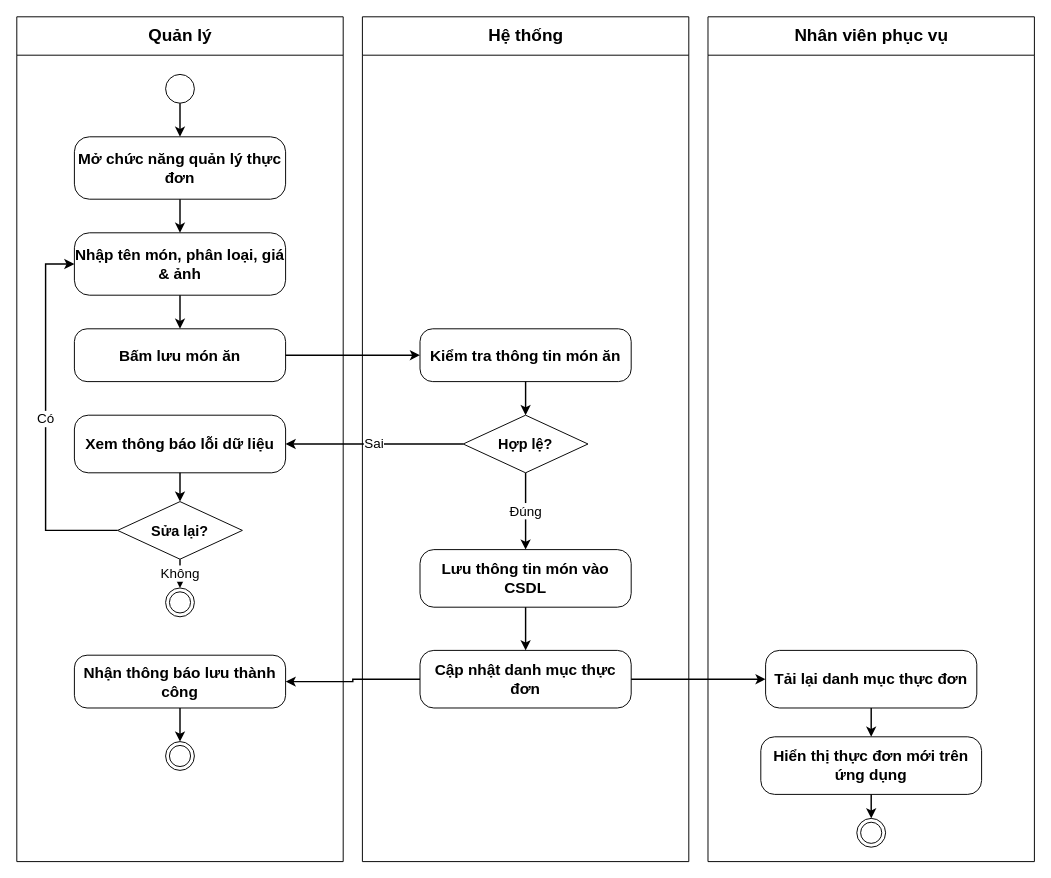
Earlier version of the draw.io diagram docs/phase1/drawio/ad11_menu_management.drawio (AndrewQng/VinDining). Source tidied: cells renumbered, new cells numbered last; positions are measured from the earlier drawing's top-left corner, leaving out a move shared by most shapes. Both pictures are drawn from the tidied source at 96%, with x=0, y=0 at pixel (16, 16).
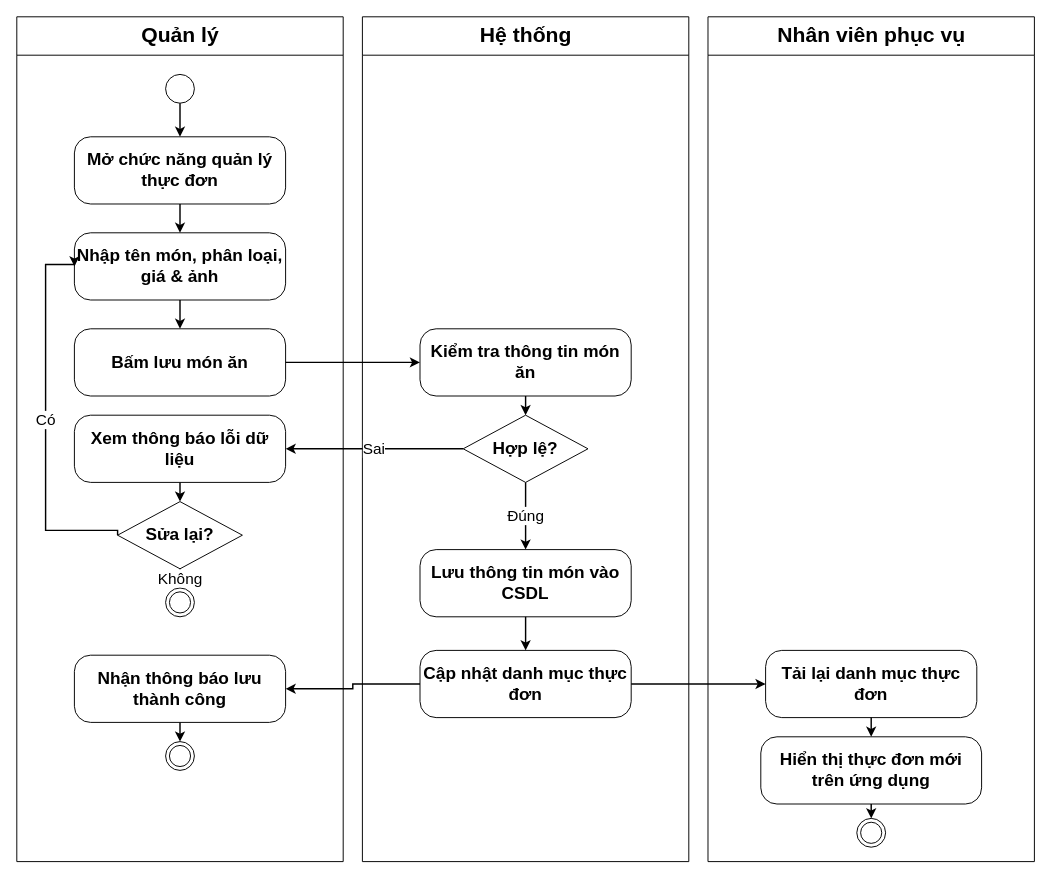
The same diagram, later.

Unchanged cells that the change refers to:
```xml
<mxCell id="9" style="ellipse;html=1;shape=endState;" parent="2" vertex="1">
  <mxGeometry x="155" y="595" width="30" height="30" as="geometry" />
</mxCell>
```

Diff of the diagram source:
```diff
@@
-    <mxCell id="2" value="Quản lý" style="swimlane;html=1;startSize=40;horizontal=1;fontStyle=1;fontSize=18;align=center;verticalAlign=middle;swimlaneLine=1;" parent="1" vertex="1">
+    <mxCell id="2" value="Quản lý" style="swimlane;html=1;startSize=40;horizontal=1;fontStyle=1;fontSize=22;align=center;verticalAlign=middle;swimlaneLine=1;" parent="1" vertex="1">
       <mxGeometry width="340" height="880" as="geometry" />
     </mxCell>
@@
-    <mxCell id="4" value="Mở chức năng quản lý thực đơn" style="rounded=1;arcSize=24;whiteSpace=wrap;html=1;fontStyle=1;fontSize=16;align=center;verticalAlign=middle;" parent="2" vertex="1">
-      <mxGeometry x="60" y="125" width="220" height="65" as="geometry" />
+    <mxCell id="4" value="Mở chức năng quản lý thực đơn" style="rounded=1;arcSize=24;whiteSpace=wrap;html=1;fontStyle=1;fontSize=18;align=center;verticalAlign=middle;" parent="2" vertex="1">
+      <mxGeometry x="60" y="125" width="220" height="70" as="geometry" />
     </mxCell>
-    <mxCell id="5" value="Nhập tên món, phân loại, giá &amp;amp; ảnh" style="rounded=1;arcSize=24;whiteSpace=wrap;html=1;fontStyle=1;fontSize=16;align=center;verticalAlign=middle;" parent="2" vertex="1">
-      <mxGeometry x="60" y="225" width="220" height="65" as="geometry" />
+    <mxCell id="5" value="Nhập tên món, phân loại, giá &amp;amp; ảnh" style="rounded=1;arcSize=24;whiteSpace=wrap;html=1;fontStyle=1;fontSize=18;align=center;verticalAlign=middle;" parent="2" vertex="1">
+      <mxGeometry x="60" y="225" width="220" height="70" as="geometry" />
     </mxCell>
-    <mxCell id="6" value="Bấm lưu món ăn" style="rounded=1;arcSize=24;whiteSpace=wrap;html=1;fontStyle=1;fontSize=16;align=center;verticalAlign=middle;" parent="2" vertex="1">
-      <mxGeometry x="60" y="325" width="220" height="55" as="geometry" />
+    <mxCell id="6" value="Bấm lưu món ăn" style="rounded=1;arcSize=24;whiteSpace=wrap;html=1;fontStyle=1;fontSize=18;align=center;verticalAlign=middle;" parent="2" vertex="1">
+      <mxGeometry x="60" y="325" width="220" height="70" as="geometry" />
     </mxCell>
-    <mxCell id="7" value="Xem thông báo lỗi dữ liệu" style="rounded=1;arcSize=24;whiteSpace=wrap;html=1;fontStyle=1;fontSize=16;align=center;verticalAlign=middle;" parent="2" vertex="1">
-      <mxGeometry x="60" y="415" width="220" height="60" as="geometry" />
+    <mxCell id="7" value="Xem thông báo lỗi dữ liệu" style="rounded=1;arcSize=24;whiteSpace=wrap;html=1;fontStyle=1;fontSize=18;align=center;verticalAlign=middle;" parent="2" vertex="1">
+      <mxGeometry x="60" y="415" width="220" height="70" as="geometry" />
     </mxCell>
-    <mxCell id="8" value="Sửa lại?" style="rhombus;whiteSpace=wrap;html=1;fontStyle=1;fontSize=15;align=center;verticalAlign=middle;" parent="2" vertex="1">
-      <mxGeometry x="105" y="505" width="130" height="60" as="geometry" />
+    <mxCell id="8" value="Sửa lại?" style="rhombus;whiteSpace=wrap;html=1;fontStyle=1;fontSize=18;align=center;verticalAlign=middle;" parent="2" vertex="1">
+      <mxGeometry x="105" y="505" width="130" height="70" as="geometry" />
     </mxCell>
@@
-    <mxCell id="10" value="Nhận thông báo lưu thành công" style="rounded=1;arcSize=24;whiteSpace=wrap;html=1;fontStyle=1;fontSize=16;align=center;verticalAlign=middle;" parent="2" vertex="1">
-      <mxGeometry x="60" y="665" width="220" height="55" as="geometry" />
+    <mxCell id="10" value="Nhận thông báo lưu thành công" style="rounded=1;arcSize=24;whiteSpace=wrap;html=1;fontStyle=1;fontSize=18;align=center;verticalAlign=middle;" parent="2" vertex="1">
+      <mxGeometry x="60" y="665" width="220" height="70" as="geometry" />
     </mxCell>
@@
-    <mxCell id="16" value="Không" style="edgeStyle=orthogonalEdgeStyle;rounded=0;strokeWidth=1.5;html=1;fontSize=14;labelBackgroundColor=#ffffff;" parent="2" edge="1" source="8" target="9">
+    <mxCell id="16" value="Không" style="edgeStyle=orthogonalEdgeStyle;rounded=0;strokeWidth=1.5;html=1;fontSize=16;labelBackgroundColor=#ffffff;" parent="2" edge="1" source="8" target="9">
       <mxGeometry relative="1" as="geometry" />
     </mxCell>
-    <mxCell id="17" value="Có" style="edgeStyle=orthogonalEdgeStyle;rounded=0;strokeWidth=1.5;html=1;fontSize=14;labelBackgroundColor=#ffffff;exitX=0;exitY=0.5;entryX=0;entryY=0.5;" parent="2" edge="1" source="8" target="5">
+    <mxCell id="17" value="Có" style="edgeStyle=orthogonalEdgeStyle;rounded=0;strokeWidth=1.5;html=1;fontSize=16;labelBackgroundColor=#ffffff;exitX=0;exitY=0.5;entryX=0;entryY=0.5;" parent="2" edge="1" source="8" target="5">
       <mxGeometry relative="1" as="geometry">
         <Array as="points">
           <mxPoint x="30" y="535" />
           <mxPoint x="30" y="258" />
         </Array>
       </mxGeometry>
     </mxCell>
@@
-    <mxCell id="19" value="Hệ thống" style="swimlane;html=1;startSize=40;horizontal=1;fontStyle=1;fontSize=18;align=center;verticalAlign=middle;swimlaneLine=1;" parent="1" vertex="1">
+    <mxCell id="19" value="Hệ thống" style="swimlane;html=1;startSize=40;horizontal=1;fontStyle=1;fontSize=22;align=center;verticalAlign=middle;swimlaneLine=1;" parent="1" vertex="1">
       <mxGeometry x="360" width="340" height="880" as="geometry" />
     </mxCell>
-    <mxCell id="20" value="Kiểm tra thông tin món ăn" style="rounded=1;arcSize=24;whiteSpace=wrap;html=1;fontStyle=1;fontSize=16;align=center;verticalAlign=middle;" parent="19" vertex="1">
-      <mxGeometry x="60" y="325" width="220" height="55" as="geometry" />
+    <mxCell id="20" value="Kiểm tra thông tin món ăn" style="rounded=1;arcSize=24;whiteSpace=wrap;html=1;fontStyle=1;fontSize=18;align=center;verticalAlign=middle;" parent="19" vertex="1">
+      <mxGeometry x="60" y="325" width="220" height="70" as="geometry" />
     </mxCell>
-    <mxCell id="21" value="Hợp lệ?" style="rhombus;whiteSpace=wrap;html=1;fontStyle=1;fontSize=15;align=center;verticalAlign=middle;" parent="19" vertex="1">
-      <mxGeometry x="105" y="415" width="130" height="60" as="geometry" />
+    <mxCell id="21" value="Hợp lệ?" style="rhombus;whiteSpace=wrap;html=1;fontStyle=1;fontSize=18;align=center;verticalAlign=middle;" parent="19" vertex="1">
+      <mxGeometry x="105" y="415" width="130" height="70" as="geometry" />
     </mxCell>
-    <mxCell id="22" value="Lưu thông tin món vào CSDL" style="rounded=1;arcSize=24;whiteSpace=wrap;html=1;fontStyle=1;fontSize=16;align=center;verticalAlign=middle;" parent="19" vertex="1">
-      <mxGeometry x="60" y="555" width="220" height="60" as="geometry" />
+    <mxCell id="22" value="Lưu thông tin món vào CSDL" style="rounded=1;arcSize=24;whiteSpace=wrap;html=1;fontStyle=1;fontSize=18;align=center;verticalAlign=middle;" parent="19" vertex="1">
+      <mxGeometry x="60" y="555" width="220" height="70" as="geometry" />
     </mxCell>
-    <mxCell id="23" value="Cập nhật danh mục thực đơn" style="rounded=1;arcSize=24;whiteSpace=wrap;html=1;fontStyle=1;fontSize=16;align=center;verticalAlign=middle;" parent="19" vertex="1">
-      <mxGeometry x="60" y="660" width="220" height="60" as="geometry" />
+    <mxCell id="23" value="Cập nhật danh mục thực đơn" style="rounded=1;arcSize=24;whiteSpace=wrap;html=1;fontStyle=1;fontSize=18;align=center;verticalAlign=middle;" parent="19" vertex="1">
+      <mxGeometry x="60" y="660" width="220" height="70" as="geometry" />
     </mxCell>
@@
-    <mxCell id="25" value="Đúng" style="edgeStyle=orthogonalEdgeStyle;rounded=0;strokeWidth=1.5;html=1;fontSize=14;labelBackgroundColor=#ffffff;" parent="19" edge="1" source="21" target="22">
+    <mxCell id="25" value="Đúng" style="edgeStyle=orthogonalEdgeStyle;rounded=0;strokeWidth=1.5;html=1;fontSize=16;labelBackgroundColor=#ffffff;" parent="19" edge="1" source="21" target="22">
       <mxGeometry relative="1" as="geometry" />
     </mxCell>
@@
-    <mxCell id="27" value="Nhân viên phục vụ" style="swimlane;html=1;startSize=40;horizontal=1;fontStyle=1;fontSize=18;align=center;verticalAlign=middle;swimlaneLine=1;" parent="1" vertex="1">
+    <mxCell id="27" value="Nhân viên phục vụ" style="swimlane;html=1;startSize=40;horizontal=1;fontStyle=1;fontSize=22;align=center;verticalAlign=middle;swimlaneLine=1;" parent="1" vertex="1">
       <mxGeometry x="720" width="340" height="880" as="geometry" />
     </mxCell>
-    <mxCell id="28" value="Tải lại danh mục thực đơn" style="rounded=1;arcSize=24;whiteSpace=wrap;html=1;fontStyle=1;fontSize=16;align=center;verticalAlign=middle;" parent="27" vertex="1">
-      <mxGeometry x="60" y="660" width="220" height="60" as="geometry" />
+    <mxCell id="28" value="Tải lại danh mục thực đơn" style="rounded=1;arcSize=24;whiteSpace=wrap;html=1;fontStyle=1;fontSize=18;align=center;verticalAlign=middle;" parent="27" vertex="1">
+      <mxGeometry x="60" y="660" width="220" height="70" as="geometry" />
     </mxCell>
-    <mxCell id="29" value="Hiển thị thực đơn mới trên ứng dụng" style="rounded=1;arcSize=24;whiteSpace=wrap;html=1;fontStyle=1;fontSize=16;align=center;verticalAlign=middle;" parent="27" vertex="1">
-      <mxGeometry x="55" y="750" width="230" height="60" as="geometry" />
+    <mxCell id="29" value="Hiển thị thực đơn mới trên ứng dụng" style="rounded=1;arcSize=24;whiteSpace=wrap;html=1;fontStyle=1;fontSize=18;align=center;verticalAlign=middle;" parent="27" vertex="1">
+      <mxGeometry x="55" y="750" width="230" height="70" as="geometry" />
     </mxCell>
@@
-    <mxCell id="34" value="Sai" style="edgeStyle=orthogonalEdgeStyle;rounded=0;strokeWidth=1.5;html=1;fontSize=14;labelBackgroundColor=#ffffff;" parent="1" edge="1" source="21" target="7">
+    <mxCell id="34" value="Sai" style="edgeStyle=orthogonalEdgeStyle;rounded=0;strokeWidth=1.5;html=1;fontSize=16;labelBackgroundColor=#ffffff;" parent="1" edge="1" source="21" target="7">
       <mxGeometry relative="1" as="geometry" />
     </mxCell>
```
